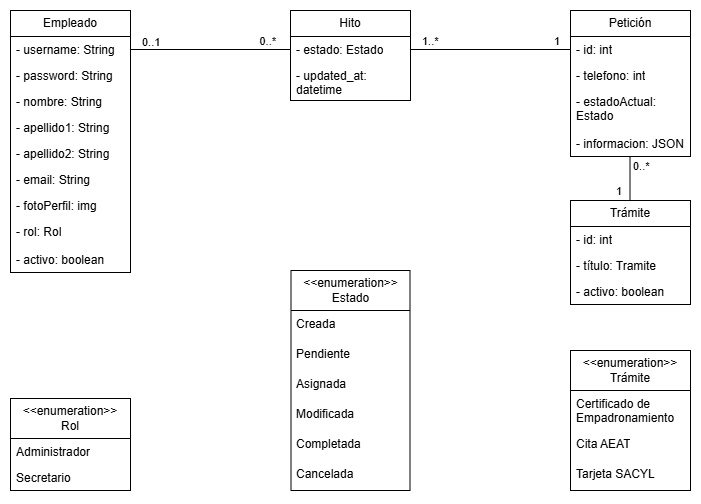
Above: documents/img/diagramas/modelo_dominio.png in humaral/tfg (draw.io), before the change. Source tidied: cells renumbered, new cells last; positions are measured from the earlier drawing's top-left corner, leaving out a move shared by most shapes.
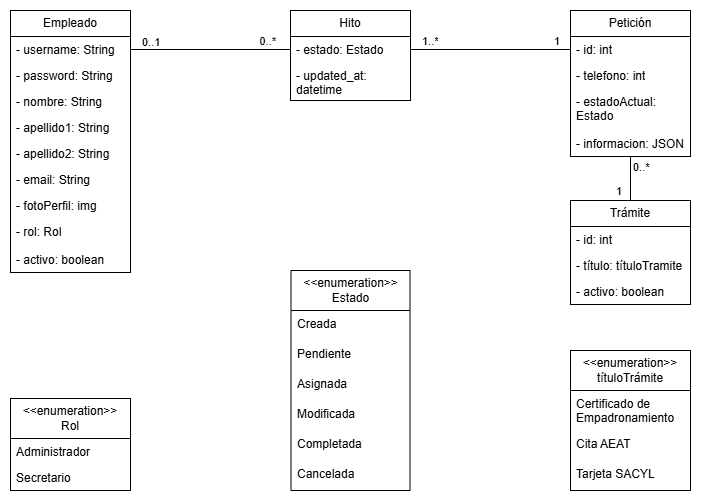
The same diagram one commit later.

The edit, as a diff of the source:
```diff
@@ -65,7 +65,7 @@
     <mxCell id="22" value="Secretario" style="text;strokeColor=none;fillColor=none;align=left;verticalAlign=top;spacingLeft=4;spacingRight=4;overflow=hidden;whiteSpace=wrap;html=1;" parent="20" vertex="1">
       <mxGeometry y="66" width="120" height="26" as="geometry" />
     </mxCell>
-    <mxCell id="23" value="&lt;div&gt;&amp;lt;&amp;lt;enumeration&amp;gt;&amp;gt;&lt;/div&gt;Trámite" style="swimlane;fontStyle=0;horizontal=1;startSize=40;fillColor=none;whiteSpace=wrap;html=1;" parent="1" vertex="1">
+    <mxCell id="23" value="&lt;div&gt;&amp;lt;&amp;lt;enumeration&amp;gt;&amp;gt;&lt;/div&gt;títuloTrámite" style="swimlane;fontStyle=0;horizontal=1;startSize=40;fillColor=none;whiteSpace=wrap;html=1;" parent="1" vertex="1">
       <mxGeometry x="560" y="340" width="120" height="140" as="geometry" />
     </mxCell>
     <mxCell id="24" value="Certificado de Empadronamiento" style="text;strokeColor=none;fillColor=none;align=left;verticalAlign=top;spacingLeft=4;spacingRight=4;overflow=hidden;whiteSpace=wrap;html=1;" parent="23" vertex="1">
@@ -130,7 +130,7 @@
     <mxCell id="41" value="- id: int" style="text;strokeColor=none;fillColor=none;align=left;verticalAlign=top;spacingLeft=4;spacingRight=4;overflow=hidden;whiteSpace=wrap;html=1;" parent="40" vertex="1">
       <mxGeometry y="26" width="120" height="26" as="geometry" />
     </mxCell>
-    <mxCell id="42" value="- título: Tramite" style="text;strokeColor=none;fillColor=none;align=left;verticalAlign=top;spacingLeft=4;spacingRight=4;overflow=hidden;whiteSpace=wrap;html=1;" parent="40" vertex="1">
+    <mxCell id="42" value="- título: títuloTramite" style="text;strokeColor=none;fillColor=none;align=left;verticalAlign=top;spacingLeft=4;spacingRight=4;overflow=hidden;whiteSpace=wrap;html=1;" parent="40" vertex="1">
       <mxGeometry y="52" width="120" height="26" as="geometry" />
     </mxCell>
     <mxCell id="43" value="- activo: boolean" style="text;strokeColor=none;fillColor=none;align=left;verticalAlign=top;spacingLeft=4;spacingRight=4;overflow=hidden;whiteSpace=wrap;html=1;" parent="40" vertex="1">
```
